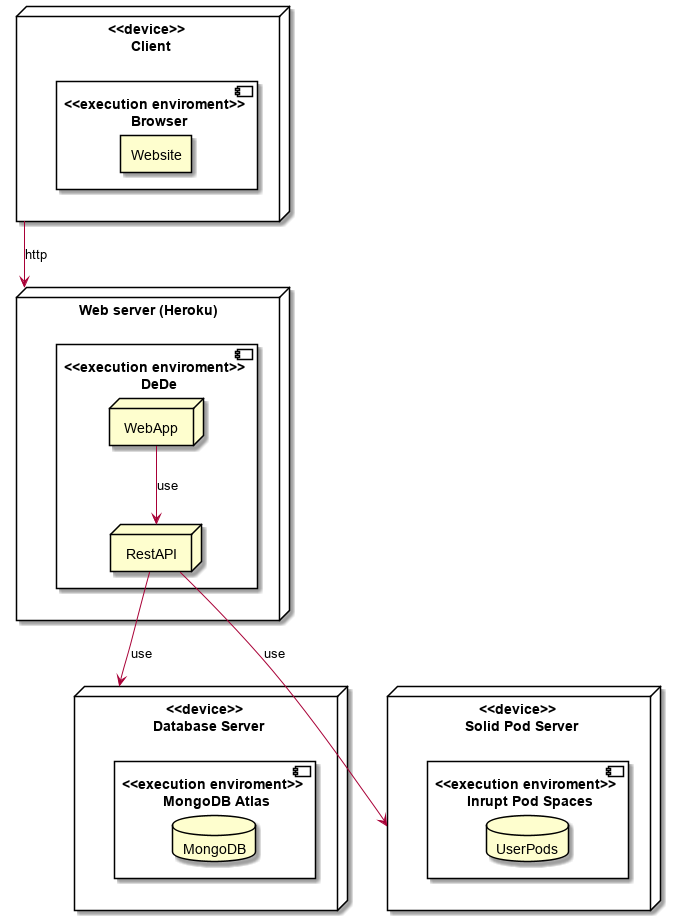
Above: images/Deployment_view_diagram.png in Arquisoft/dede_es5a (PlantUML), before the change. Source of this version:
```plantuml
@startuml
node "<<device>> \n Client" as client{
component "<<execution enviroment>> \n Browser"{
rectangle Website
}
}

node "Web server (Heroku)" as webserver{
component "<<execution enviroment>> \n DeDe"{
node WebApp
node RestAPI
}
}

node "<<device>> \n Database Server" as db{
component "<<execution enviroment>> \n MongoDB Atlas"{
database MongoDB
}
}

node "<<device>> \n Solid Pod Server" as solid{
component "<<execution enviroment>> \n Inrupt Pod Spaces"{
database UserPods
}
}

client --> webserver : http
WebApp --> RestAPI : use
RestAPI --> db : use
RestAPI --> solid : use
@enduml
```
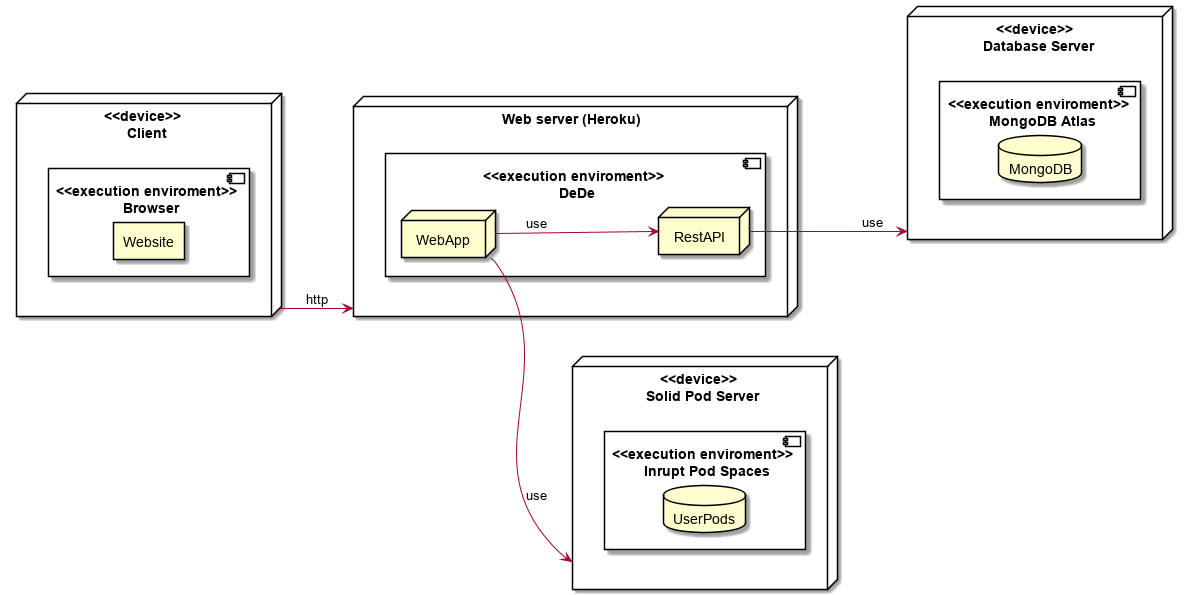
The same diagram one commit later.

Diff of the diagram source:
```diff
@@ -1,4 +1,7 @@
 @startuml
+
+left to right direction
+
 node "<<device>> \n Client" as client{
 component "<<execution enviroment>> \n Browser"{
 rectangle Website
@@ -27,5 +30,5 @@
 client --> webserver : http
 WebApp --> RestAPI : use
 RestAPI --> db : use
-RestAPI --> solid : use
+WebApp --> solid : use
 @enduml
```
